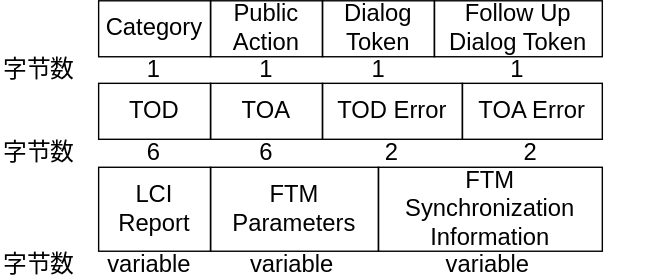
lizhuang17/lizhuang17 keeps this draw.io diagram as FTM.svg. Above is the earlier version. Source tidied: cells renumbered, new cells last; positions are measured from the earlier drawing's top-left corner, leaving out a move shared by most shapes.
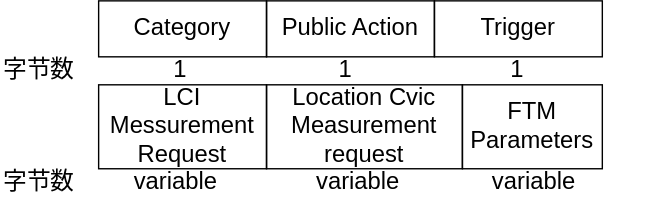
Above is the later version.

Change to the diagram source:
```diff
@@ -3,46 +3,28 @@
     <mxCell id="0" />
     <mxCell id="1" parent="0" />
     <mxCell id="2" value="Category" style="rounded=0;whiteSpace=wrap;html=1;fontSize=17;fillColor=none;" parent="1" vertex="1">
-      <mxGeometry x="70" width="80" height="40" as="geometry" />
+      <mxGeometry x="70" width="120" height="40" as="geometry" />
     </mxCell>
     <mxCell id="3" value="Public Action" style="rounded=0;whiteSpace=wrap;html=1;fontSize=17;fillColor=none;" parent="1" vertex="1">
-      <mxGeometry x="150" width="80" height="40" as="geometry" />
+      <mxGeometry x="190" width="120" height="40" as="geometry" />
     </mxCell>
-    <mxCell id="4" value="Dialog Token" style="rounded=0;whiteSpace=wrap;html=1;fontSize=17;fillColor=none;" parent="1" vertex="1">
-      <mxGeometry x="230" width="80" height="40" as="geometry" />
-    </mxCell>
-    <mxCell id="5" value="Follow Up Dialog Token" style="rounded=0;whiteSpace=wrap;html=1;fontSize=17;fillColor=none;" parent="1" vertex="1">
+    <mxCell id="5" value="Trigger" style="rounded=0;whiteSpace=wrap;html=1;fontSize=17;fillColor=none;" parent="1" vertex="1">
       <mxGeometry x="310" width="120" height="40" as="geometry" />
     </mxCell>
-    <mxCell id="6" value="TOD" style="rounded=0;whiteSpace=wrap;html=1;fontSize=17;fillColor=none;" parent="1" vertex="1">
-      <mxGeometry x="70" y="59" width="80" height="40" as="geometry" />
-    </mxCell>
-    <mxCell id="7" value="TOA" style="rounded=0;whiteSpace=wrap;html=1;fontSize=17;fillColor=none;" parent="1" vertex="1">
-      <mxGeometry x="150" y="59" width="80" height="40" as="geometry" />
-    </mxCell>
-    <mxCell id="8" value="TOD Error" style="rounded=0;whiteSpace=wrap;html=1;fontSize=17;fillColor=none;" parent="1" vertex="1">
-      <mxGeometry x="230" y="59" width="100" height="40" as="geometry" />
-    </mxCell>
-    <mxCell id="9" value="TOA Error" style="rounded=0;whiteSpace=wrap;html=1;fontSize=17;fillColor=none;" parent="1" vertex="1">
-      <mxGeometry x="330" y="59" width="100" height="40" as="geometry" />
-    </mxCell>
-    <mxCell id="10" value="LCI Report" style="rounded=0;whiteSpace=wrap;html=1;fontSize=17;fillColor=none;" parent="1" vertex="1">
-      <mxGeometry x="70" y="119" width="80" height="60" as="geometry" />
+    <mxCell id="10" value="LCI Messurement Request" style="rounded=0;whiteSpace=wrap;html=1;fontSize=17;fillColor=none;" parent="1" vertex="1">
+      <mxGeometry x="70" y="60" width="120" height="60" as="geometry" />
     </mxCell>
     <mxCell id="11" value="FTM Parameters" style="rounded=0;whiteSpace=wrap;html=1;fontSize=17;fillColor=none;" parent="1" vertex="1">
-      <mxGeometry x="150" y="119" width="120" height="60" as="geometry" />
+      <mxGeometry x="330" y="60" width="100" height="60" as="geometry" />
     </mxCell>
-    <mxCell id="12" value="FTM Synchronization Information" style="rounded=0;whiteSpace=wrap;html=1;fontSize=17;fillColor=none;" parent="1" vertex="1">
-      <mxGeometry x="270" y="119" width="160" height="60" as="geometry" />
+    <mxCell id="12" value="Location Cvic Measurement request" style="rounded=0;whiteSpace=wrap;html=1;fontSize=17;fillColor=none;" parent="1" vertex="1">
+      <mxGeometry x="190" y="60" width="140" height="60" as="geometry" />
     </mxCell>
-    <mxCell id="13" value="字节数&amp;nbsp; &amp;nbsp; &amp;nbsp; &amp;nbsp; &amp;nbsp; &amp;nbsp;1&amp;nbsp; &amp;nbsp; &amp;nbsp; &amp;nbsp; &amp;nbsp; &amp;nbsp; &amp;nbsp; &amp;nbsp;1&amp;nbsp; &amp;nbsp; &amp;nbsp; &amp;nbsp; &amp;nbsp; &amp;nbsp; &amp;nbsp; &amp;nbsp;1&amp;nbsp; &amp;nbsp; &amp;nbsp; &amp;nbsp; &amp;nbsp; &amp;nbsp; &amp;nbsp; &amp;nbsp; &amp;nbsp; &amp;nbsp;1" style="text;html=1;strokeColor=none;fillColor=none;align=left;verticalAlign=middle;whiteSpace=wrap;rounded=0;fontSize=17;" parent="1" vertex="1">
+    <mxCell id="13" value="字节数&amp;nbsp; &amp;nbsp; &amp;nbsp; &amp;nbsp; &amp;nbsp; &amp;nbsp; &amp;nbsp; &amp;nbsp;1&amp;nbsp; &amp;nbsp; &amp;nbsp; &amp;nbsp; &amp;nbsp; &amp;nbsp; &amp;nbsp; &amp;nbsp; &amp;nbsp; &amp;nbsp; &amp;nbsp; &amp;nbsp;1&amp;nbsp; &amp;nbsp; &amp;nbsp; &amp;nbsp; &amp;nbsp; &amp;nbsp; &amp;nbsp; &amp;nbsp; &amp;nbsp; &amp;nbsp; &amp;nbsp; &amp;nbsp; 1&amp;nbsp; &amp;nbsp; &amp;nbsp; &amp;nbsp; &amp;nbsp;&amp;nbsp;" style="text;html=1;strokeColor=none;fillColor=none;align=left;verticalAlign=middle;whiteSpace=wrap;rounded=0;fontSize=17;" parent="1" vertex="1">
       <mxGeometry y="40" width="460" height="20" as="geometry" />
     </mxCell>
-    <mxCell id="14" value="字节数&amp;nbsp; &amp;nbsp; &amp;nbsp; &amp;nbsp; &amp;nbsp; &amp;nbsp;6&amp;nbsp; &amp;nbsp; &amp;nbsp; &amp;nbsp; &amp;nbsp; &amp;nbsp; &amp;nbsp; &amp;nbsp;6&amp;nbsp; &amp;nbsp; &amp;nbsp; &amp;nbsp; &amp;nbsp; &amp;nbsp; &amp;nbsp; &amp;nbsp; &amp;nbsp;2&amp;nbsp; &amp;nbsp; &amp;nbsp; &amp;nbsp; &amp;nbsp; &amp;nbsp; &amp;nbsp; &amp;nbsp; &amp;nbsp; &amp;nbsp;2" style="text;html=1;strokeColor=none;fillColor=none;align=left;verticalAlign=middle;whiteSpace=wrap;rounded=0;fontSize=17;" parent="1" vertex="1">
-      <mxGeometry y="99" width="460" height="20" as="geometry" />
-    </mxCell>
-    <mxCell id="15" value="字节数&amp;nbsp; &amp;nbsp; &amp;nbsp;variable&amp;nbsp; &amp;nbsp; &amp;nbsp; &amp;nbsp; &amp;nbsp;variable&amp;nbsp; &amp;nbsp; &amp;nbsp; &amp;nbsp; &amp;nbsp; &amp;nbsp; &amp;nbsp; &amp;nbsp; &amp;nbsp;variable" style="text;html=1;strokeColor=none;fillColor=none;align=left;verticalAlign=middle;whiteSpace=wrap;rounded=0;fontSize=17;" parent="1" vertex="1">
-      <mxGeometry y="179" width="460" height="20" as="geometry" />
+    <mxCell id="15" value="字节数&amp;nbsp; &amp;nbsp; &amp;nbsp; &amp;nbsp; &amp;nbsp;variable&amp;nbsp; &amp;nbsp; &amp;nbsp; &amp;nbsp; &amp;nbsp; &amp;nbsp; &amp;nbsp; &amp;nbsp;variable&amp;nbsp; &amp;nbsp; &amp;nbsp; &amp;nbsp; &amp;nbsp; &amp;nbsp; &amp;nbsp; variable" style="text;html=1;strokeColor=none;fillColor=none;align=left;verticalAlign=middle;whiteSpace=wrap;rounded=0;fontSize=17;" parent="1" vertex="1">
+      <mxGeometry y="120" width="460" height="20" as="geometry" />
     </mxCell>
   </root>
 </mxGraphModel>
```
